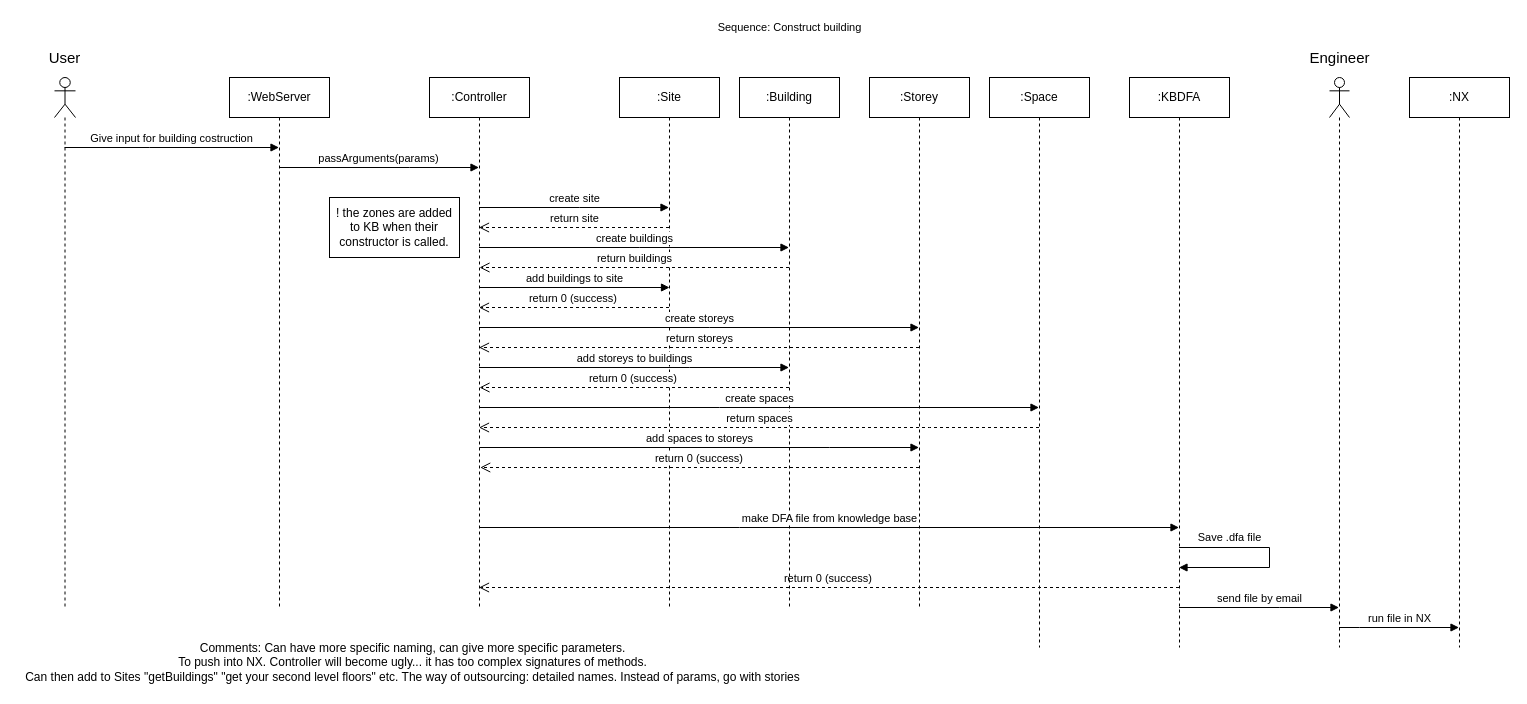
This is page "SeqConstruct" (5 of 9) of Diagrams/Diagrams.drawio from Hallvaeb/automation-p2-construction-knowledge-base, a draw.io file, before an edit. Source tidied: cells renumbered, new cells numbered last; positions are measured from the earlier drawing's top-left corner, leaving out a move shared by most shapes. Both pictures are drawn from the tidied source at 100%, with x=0, y=0 at pixel (17, 17).
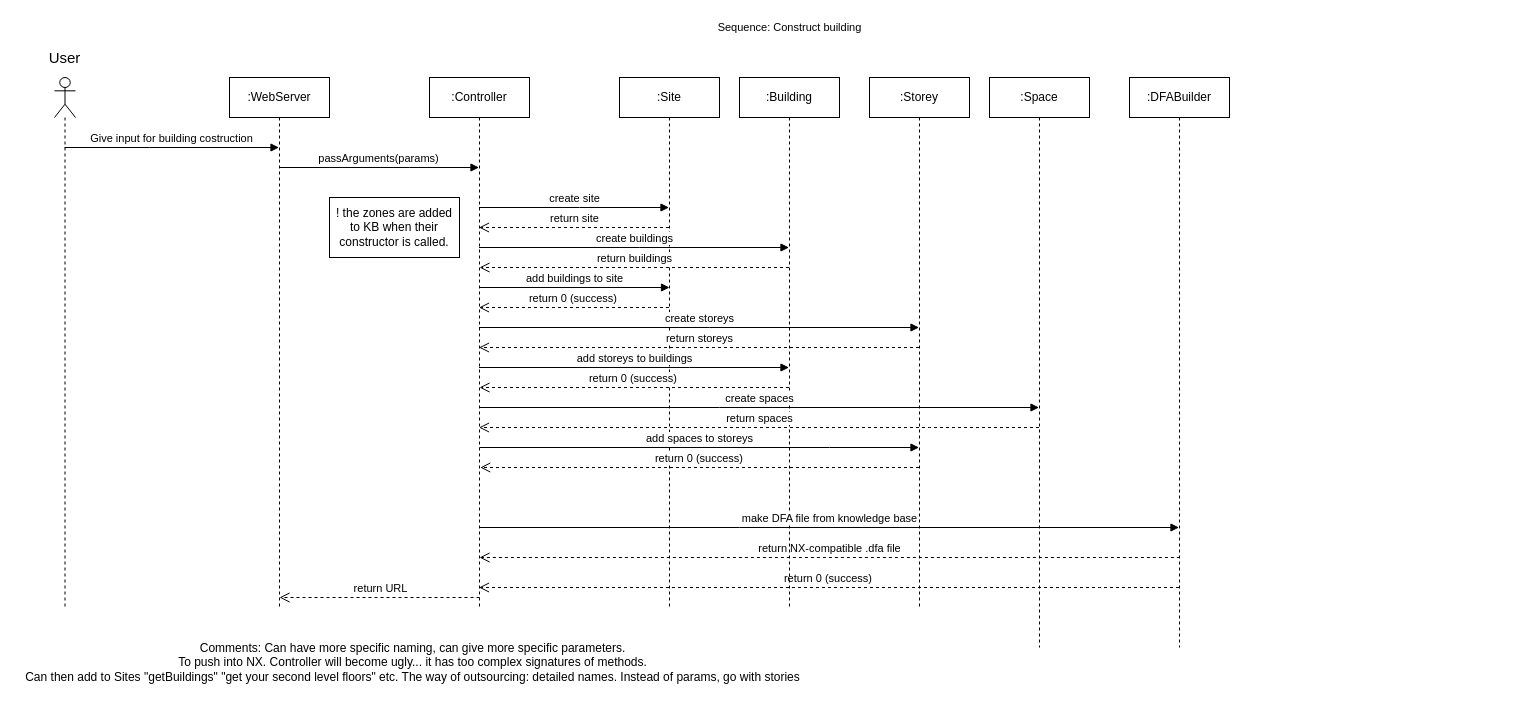
Above is the later version.

The change refers to these unchanged cells:
```xml
<mxCell id="20" value=":Storey" style="shape=umlLifeline;perimeter=lifelinePerimeter;whiteSpace=wrap;html=1;outlineConnect=0;" parent="19" vertex="1">
  <mxGeometry x="-120" width="100" height="530" as="geometry" />
</mxCell>
```

Change to the diagram source:
```diff
@@
-    <mxCell id="6" value=":KBDFA" style="shape=umlLifeline;perimeter=lifelinePerimeter;whiteSpace=wrap;html=1;outlineConnect=0;" parent="1" vertex="1">
+    <mxCell id="6" value=":DFABuilder" style="shape=umlLifeline;perimeter=lifelinePerimeter;whiteSpace=wrap;html=1;outlineConnect=0;" parent="1" vertex="1">
       <mxGeometry x="1112" y="60" width="100" height="570" as="geometry" />
     </mxCell>
-    <mxCell id="7" style="html=1;verticalAlign=bottom;endArrow=block;rounded=0;edgeStyle=orthogonalEdgeStyle;startArrow=none;" parent="1" edge="1" source="6" target="6">
-      <mxGeometry relative="1" as="geometry">
-        <Array as="points">
-          <mxPoint x="1252" y="530" />
-          <mxPoint x="1252" y="550" />
-        </Array>
-      </mxGeometry>
-    </mxCell>
-    <mxCell id="8" value=":NX" style="shape=umlLifeline;perimeter=lifelinePerimeter;whiteSpace=wrap;html=1;outlineConnect=0;" parent="1" vertex="1">
-      <mxGeometry x="1392" y="60" width="100" height="570" as="geometry" />
-    </mxCell>
-    <mxCell id="9" style="shape=umlLifeline;participant=umlActor;perimeter=lifelinePerimeter;whiteSpace=wrap;html=1;verticalAlign=top;spacingTop=36;outlineConnect=0;" parent="1" vertex="1">
-      <mxGeometry x="1312" y="60" width="20" height="570" as="geometry" />
-    </mxCell>
-    <mxCell id="10" value="Engineer" style="text;html=1;align=center;verticalAlign=middle;strokeColor=none;fillColor=none;fontSize=15;" parent="1" vertex="1">
-      <mxGeometry x="1282" y="30" width="80" height="20" as="geometry" />
-    </mxCell>
@@
-    <mxCell id="14" value="run file in NX" style="html=1;verticalAlign=bottom;endArrow=block;rounded=0;edgeStyle=orthogonalEdgeStyle;" parent="1" edge="1" source="9" target="8">
-      <mxGeometry relative="1" as="geometry">
-        <Array as="points">
-          <mxPoint x="1342" y="610" />
-          <mxPoint x="1342" y="610" />
-        </Array>
-      </mxGeometry>
-    </mxCell>
@@
-    <mxCell id="16" value="send file by email" style="html=1;verticalAlign=bottom;endArrow=block;rounded=0;edgeStyle=orthogonalEdgeStyle;" parent="1" edge="1" source="6" target="9">
-      <mxGeometry relative="1" as="geometry">
-        <Array as="points">
-          <mxPoint x="1262" y="590" />
-          <mxPoint x="1262" y="590" />
-        </Array>
-      </mxGeometry>
-    </mxCell>
@@
+    <mxCell id="39" value="return NX-compatible .dfa file" style="html=1;verticalAlign=bottom;endArrow=open;dashed=1;endSize=8;rounded=0;" parent="20" edge="1">
+      <mxGeometry relative="1" as="geometry">
+        <mxPoint x="310.4" y="480" as="sourcePoint" />
+        <mxPoint x="-390" y="480" as="targetPoint" />
+        <Array as="points">
+          <mxPoint x="230.9" y="480" />
+        </Array>
+      </mxGeometry>
+    </mxCell>
@@
-    <mxCell id="36" value="&lt;font style=&quot;font-size: 11px&quot;&gt;Save .dfa file&lt;/font&gt;" style="text;html=1;align=center;verticalAlign=middle;strokeColor=none;fillColor=none;" parent="1" vertex="1">
-      <mxGeometry x="1172" y="510" width="80" height="20" as="geometry" />
-    </mxCell>
@@
+    <mxCell id="40" value="return URL" style="html=1;verticalAlign=bottom;endArrow=open;dashed=1;endSize=8;rounded=0;" parent="1" edge="1">
+      <mxGeometry x="-0.01" relative="1" as="geometry">
+        <mxPoint x="462" y="580" as="sourcePoint" />
+        <mxPoint x="262" y="580" as="targetPoint" />
+        <Array as="points">
+          <mxPoint x="362.9" y="580" />
+          <mxPoint x="312.9" y="580" />
+        </Array>
+      </mxGeometry>
+    </mxCell>
```
